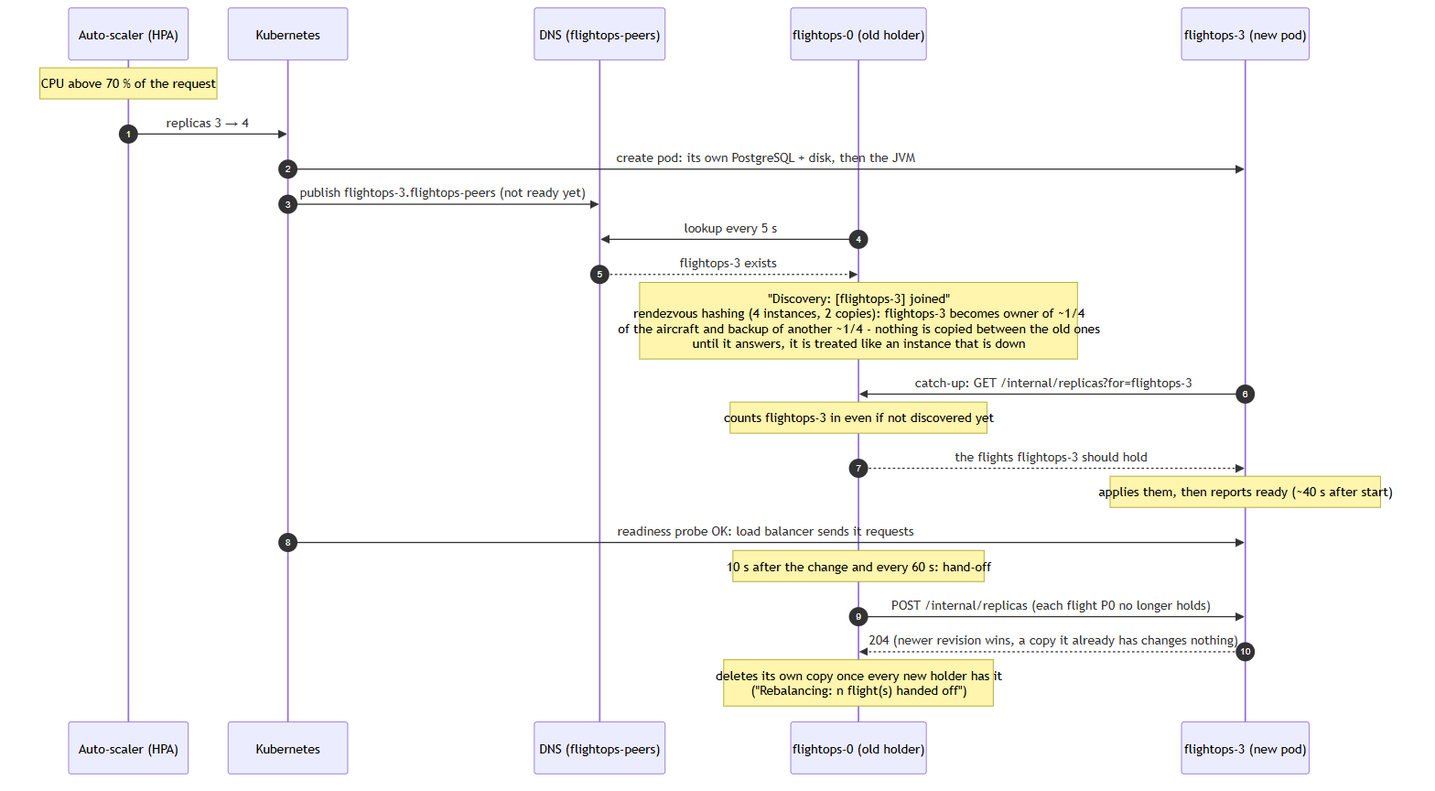
The Mermaid diagram docs/diagrams/7-autoscaling.png in ImJay1527/flight-operations-service, before a commit. Its source is kept beside it as docs/diagrams/7-autoscaling.mmd.
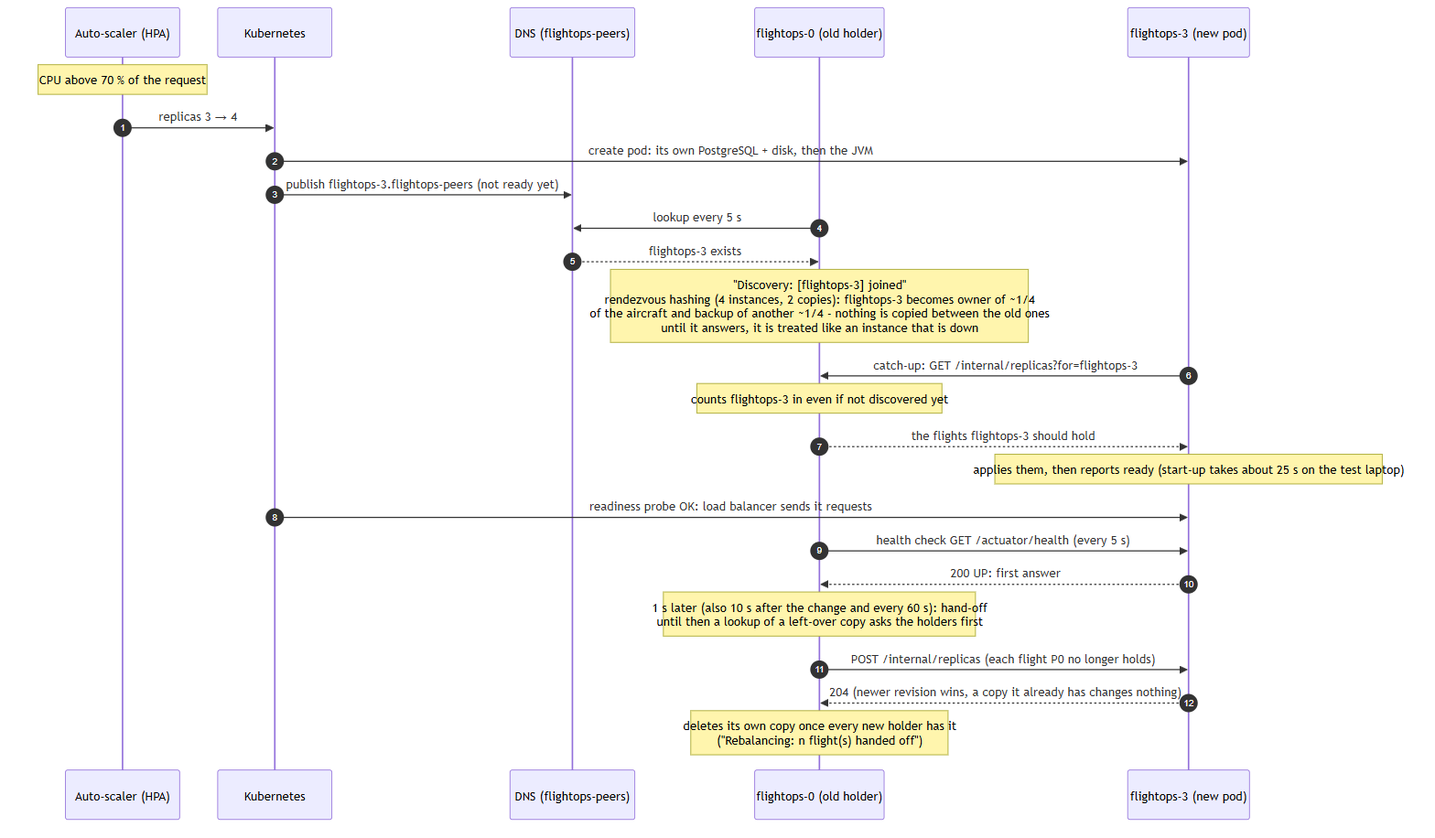
Above is the later version.

What changed in the source:
```diff
@@ -16,9 +16,11 @@
     P3->>P0: catch-up: GET /internal/replicas?for=flightops-3
     Note over P0: counts flightops-3 in even if not discovered yet
     P0-->>P3: the flights flightops-3 should hold
-    Note over P3: applies them, then reports ready (~40 s after start)
+    Note over P3: applies them, then reports ready (start-up takes about 25 s on the test laptop)
     K8s->>P3: readiness probe OK: load balancer sends it requests
-    Note over P0: 10 s after the change and every 60 s: hand-off
+    P0->>P3: health check GET /actuator/health (every 5 s)
+    P3-->>P0: 200 UP: first answer
+    Note over P0: 1 s later (also 10 s after the change and every 60 s): hand-off<br/>until then a lookup of a left-over copy asks the holders first
     P0->>P3: POST /internal/replicas (each flight P0 no longer holds)
     P3-->>P0: 204 (newer revision wins, a copy it already has changes nothing)
     Note over P0: deletes its own copy once every new holder has it<br/>("Rebalancing: n flight(s) handed off")
```
